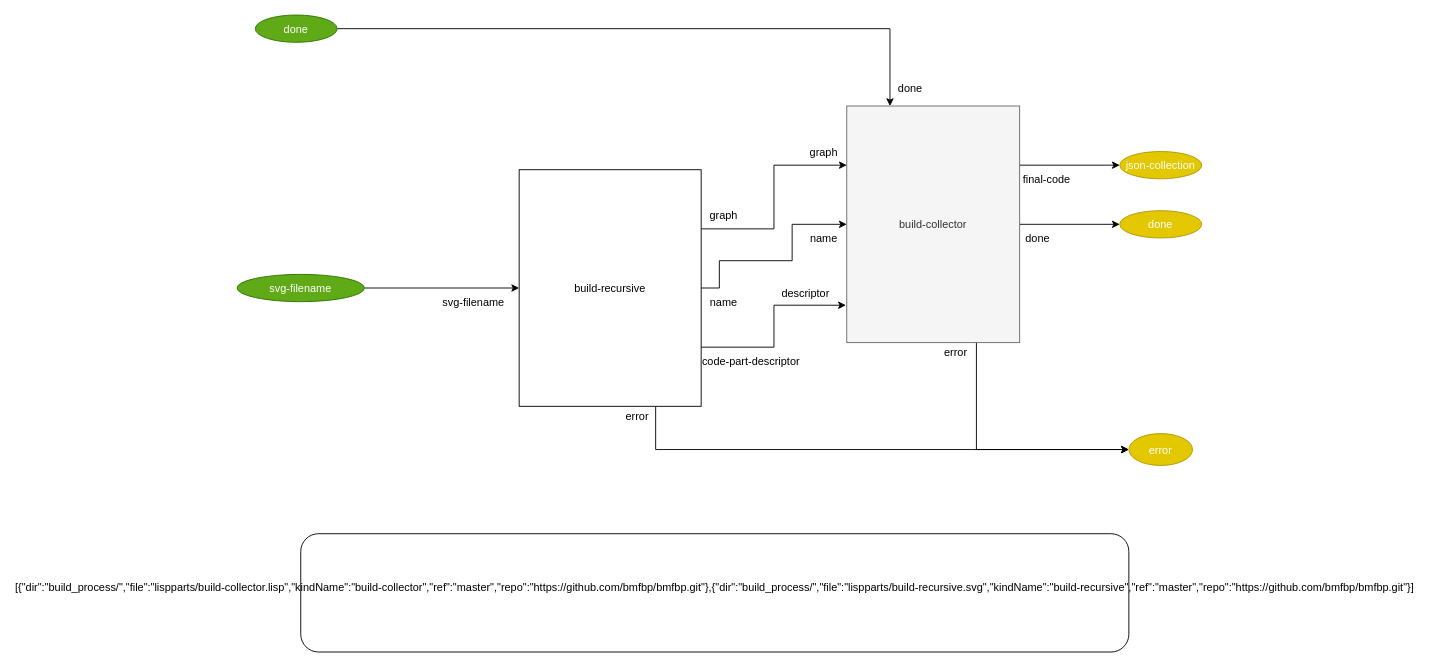
Earlier version of the draw.io diagram page "build diagam for bootstrap" (6 of 6) of build_process/cl-build/build.drawio (bmfbp/bmfbp). Source tidied: cells renumbered, new cells numbered last; positions are measured from the earlier drawing's top-left corner, leaving out a move shared by most shapes. Both pictures are drawn from the tidied source at 91%, with x=0, y=0 at pixel (237, 15).
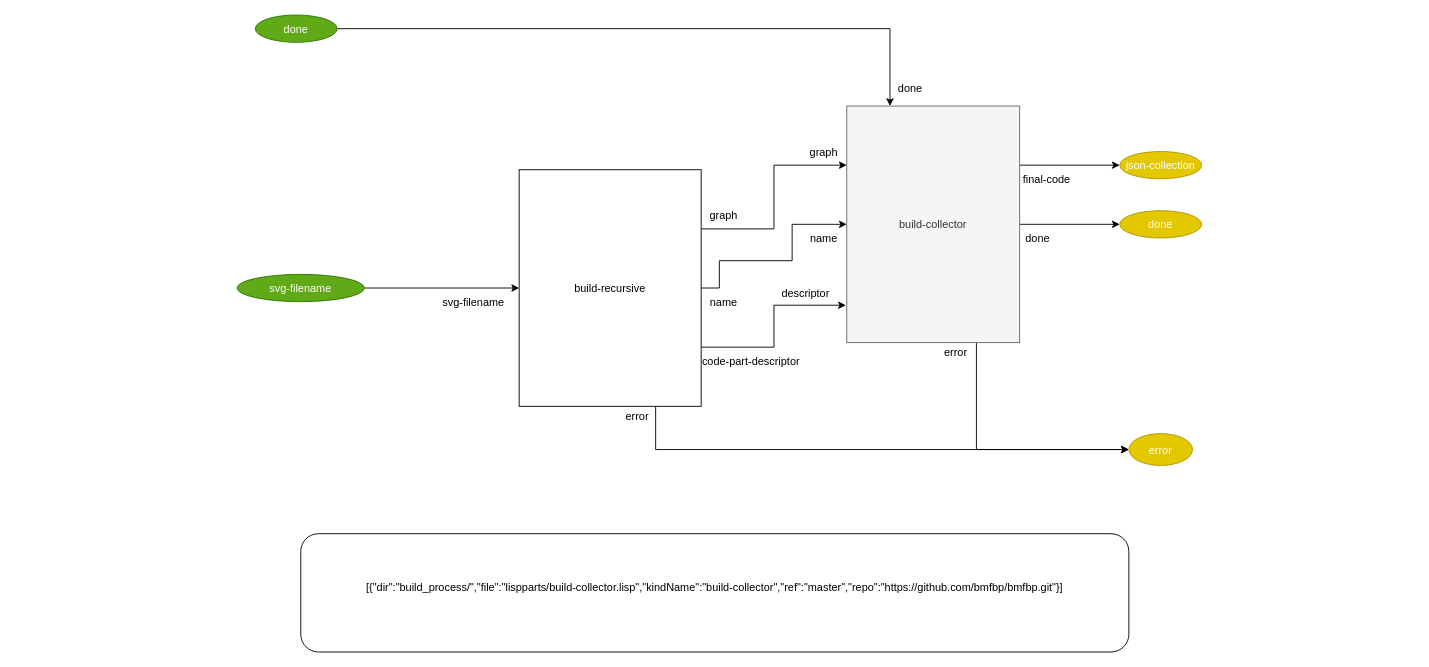
The same page after the edit.

Commit message (it also covers changes not shown here):
fixed fubar manifest for build

Change to the diagram source:
```diff
@@
-    <mxCell id="30" value="[{&quot;dir&quot;:&quot;build_process/&quot;,&quot;file&quot;:&quot;lispparts/build-collector.lisp&quot;,&quot;kindName&quot;:&quot;build-collector&quot;,&quot;ref&quot;:&quot;master&quot;,&quot;repo&quot;:&quot;https://github.com/bmfbp/bmfbp.git&quot;},{&quot;dir&quot;:&quot;build_process/&quot;,&quot;file&quot;:&quot;lispparts/build-recursive.svg&quot;,&quot;kindName&quot;:&quot;build-recursive&quot;,&quot;ref&quot;:&quot;master&quot;,&quot;repo&quot;:&quot;https://github.com/bmfbp/bmfbp.git&quot;}]&#10;" style="rounded=1;" parent="1" vertex="1">
+    <mxCell id="30" value="[{&quot;dir&quot;:&quot;build_process/&quot;,&quot;file&quot;:&quot;lispparts/build-collector.lisp&quot;,&quot;kindName&quot;:&quot;build-collector&quot;,&quot;ref&quot;:&quot;master&quot;,&quot;repo&quot;:&quot;https://github.com/bmfbp/bmfbp.git&quot;}]&#10;" style="rounded=1;" parent="1" vertex="1">
       <mxGeometry x="70" y="570" width="910" height="130" as="geometry" />
     </mxCell>
```
